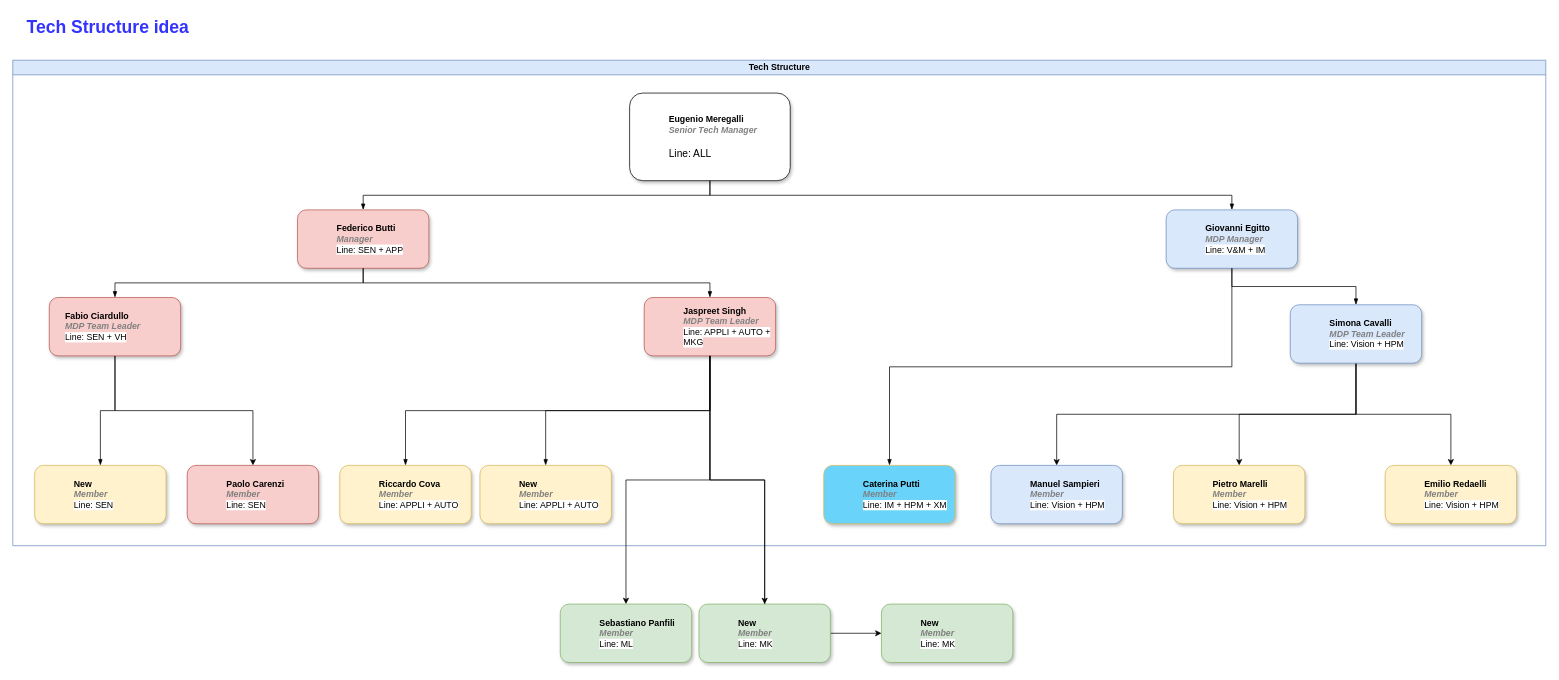
Before: page "FY-2022 -2H" (4 of 4) of Tech Team Structure.drawio in EugeMere/diagrams, a draw.io diagram. Source tidied: cells renumbered, new cells numbered last; positions are measured from the earlier drawing's top-left corner, leaving out a move shared by most shapes. Both pictures are drawn from the tidied source at 73%, with x=0, y=0 at pixel (12, 12).
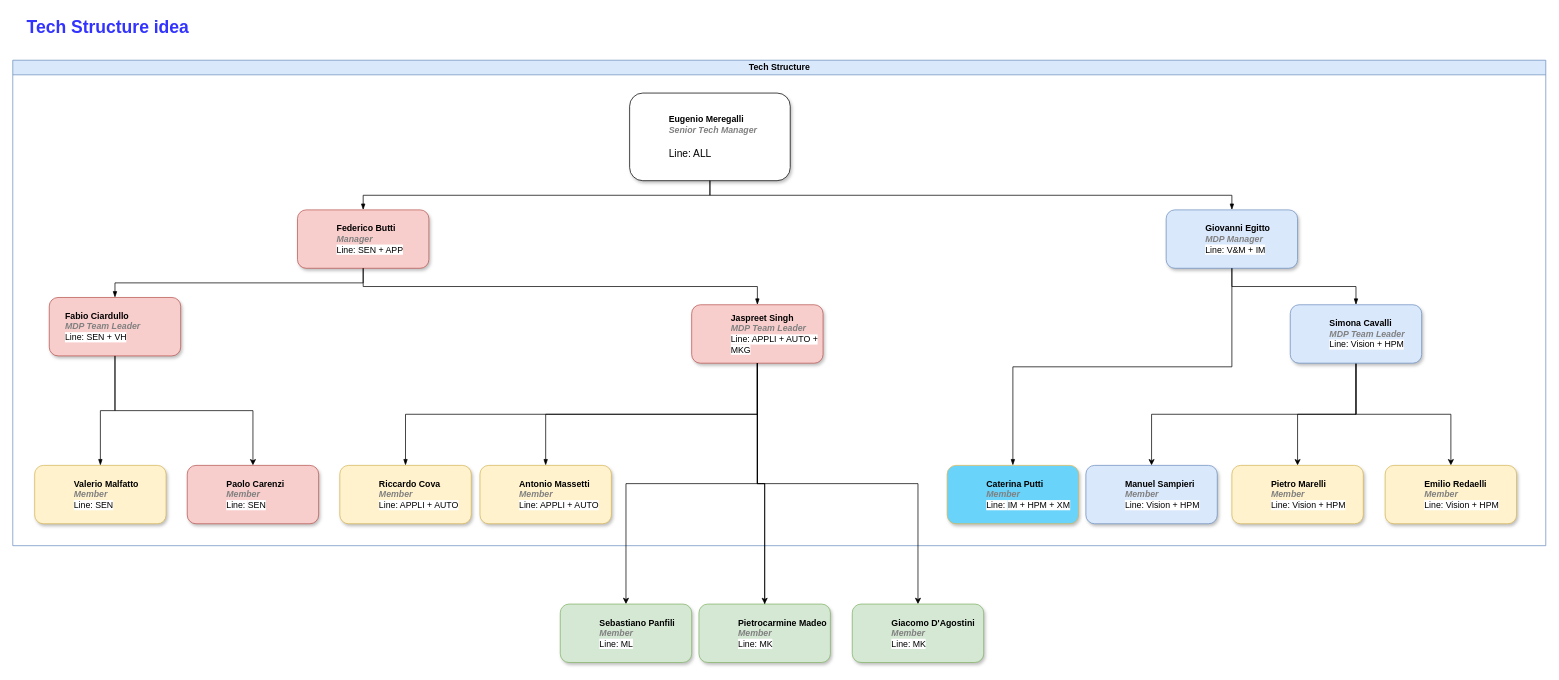
The same diagram, later.

The change refers to these unchanged cells:
```xml
<mxCell id="2" value="Tech Structure" style="swimlane;html=1;startSize=20;horizontal=1;containerType=tree;glass=0;fillColor=#dae8fc;strokeColor=#6c8ebf;" parent="1" vertex="1">
  <mxGeometry y="65" width="2100" height="665" as="geometry" />
</mxCell>
```

Diff of the diagram source:
```diff
@@
     <object id="13" label="%name%&lt;br&gt;&lt;i style=&quot;color: gray&quot;&gt;%position%&lt;br&gt;&lt;/i&gt;&lt;font style=&quot;font-size: 12px&quot;&gt;&lt;span style=&quot;font-weight: 400 ; background-color: rgb(255 , 255 , 255)&quot;&gt;Line: &lt;/span&gt;&lt;span style=&quot;font-weight: 400 ; background-color: rgb(255 , 255 , 255)&quot;&gt;&lt;font style=&quot;font-size: 12px&quot;&gt;%SupportLine%&lt;/font&gt;&lt;/span&gt;&lt;/font&gt;" SupportLine="APPLI + AUTO + MKG" name="Jaspreet Singh" placeholders="1" position="MDP Team Leader">
       <mxCell style="label;whiteSpace=wrap;html=1;rounded=1;glass=0;fillColor=#f8cecc;strokeColor=#b85450;shadow=1;" parent="2" vertex="1">
-        <mxGeometry x="865" y="325" width="180" height="80" as="geometry" />
+        <mxGeometry x="930" y="335" width="180" height="80" as="geometry" />
       </mxCell>
     </object>
@@
     <object id="17" label="%name%&lt;br&gt;&lt;i style=&quot;color: gray&quot;&gt;%position%&lt;br&gt;&lt;/i&gt;&lt;span style=&quot;font-weight: 400 ; background-color: rgb(255 , 255 , 255)&quot;&gt;Line:&amp;nbsp;&lt;/span&gt;&lt;span style=&quot;font-weight: 400 ; background-color: rgb(255 , 255 , 255)&quot;&gt;%SupportLine%&lt;/span&gt;" SupportLine="Vision + HPM" name="Pietro Marelli" placeholders="1" position="Member">
       <mxCell style="label;whiteSpace=wrap;html=1;rounded=1;glass=0;fillColor=#fff2cc;strokeColor=#d6b656;shadow=1;fontColor=#000000;" parent="2" vertex="1">
-        <mxGeometry x="1590" y="555" width="180" height="80" as="geometry" />
+        <mxGeometry x="1670" y="555" width="180" height="80" as="geometry" />
       </mxCell>
     </object>
@@
     <object id="19" label="%name%&lt;br&gt;&lt;i style=&quot;color: gray&quot;&gt;%position%&lt;br&gt;&lt;/i&gt;&lt;span style=&quot;font-weight: 400 ; background-color: rgb(255 , 255 , 255)&quot;&gt;Line:&amp;nbsp;&lt;/span&gt;&lt;span style=&quot;font-weight: 400 ; background-color: rgb(255 , 255 , 255)&quot;&gt;%SupportLine%&lt;/span&gt;" SupportLine="Vision + HPM" name="Manuel Sampieri" placeholders="1" position="Member">
       <mxCell style="label;whiteSpace=wrap;html=1;rounded=1;glass=0;fillColor=#dae8fc;strokeColor=#6c8ebf;shadow=1;" parent="2" vertex="1">
-        <mxGeometry x="1340" y="555" width="180" height="80" as="geometry" />
+        <mxGeometry x="1470" y="555" width="180" height="80" as="geometry" />
       </mxCell>
     </object>
@@
     <object id="21" label="%name%&lt;br&gt;&lt;i style=&quot;color: gray&quot;&gt;%position%&lt;br&gt;&lt;/i&gt;&lt;span style=&quot;font-weight: 400 ; background-color: rgb(255 , 255 , 255)&quot;&gt;Line:&amp;nbsp;&lt;/span&gt;&lt;span style=&quot;font-weight: 400 ; background-color: rgb(255 , 255 , 255)&quot;&gt;%SupportLine%&lt;/span&gt;" SupportLine="IM + HPM + XM" name="Caterina Putti" placeholders="1" position="Member">
       <mxCell style="label;whiteSpace=wrap;html=1;rounded=1;glass=0;fillColor=#69D3FA;strokeColor=#d6b656;shadow=1;fontColor=#000000;" parent="2" vertex="1">
-        <mxGeometry x="1111" y="555" width="180" height="80" as="geometry" />
+        <mxGeometry x="1280" y="555" width="180" height="80" as="geometry" />
       </mxCell>
     </object>
@@
-    <object id="25" label="%name%&lt;br&gt;&lt;i style=&quot;color: gray&quot;&gt;%position%&lt;br&gt;&lt;/i&gt;&lt;font style=&quot;font-size: 12px&quot;&gt;&lt;span style=&quot;font-weight: 400 ; background-color: rgb(255 , 255 , 255)&quot;&gt;Line: &lt;/span&gt;&lt;span style=&quot;font-weight: 400 ; background-color: rgb(255 , 255 , 255)&quot;&gt;&lt;font style=&quot;font-size: 12px&quot;&gt;%SupportLine%&lt;/font&gt;&lt;/span&gt;&lt;/font&gt;" SupportLine="APPLI + AUTO" name="New" placeholders="1" position="Member">
+    <object id="25" label="%name%&lt;br&gt;&lt;i style=&quot;color: gray&quot;&gt;%position%&lt;br&gt;&lt;/i&gt;&lt;font style=&quot;font-size: 12px&quot;&gt;&lt;span style=&quot;font-weight: 400 ; background-color: rgb(255 , 255 , 255)&quot;&gt;Line: &lt;/span&gt;&lt;span style=&quot;font-weight: 400 ; background-color: rgb(255 , 255 , 255)&quot;&gt;&lt;font style=&quot;font-size: 12px&quot;&gt;%SupportLine%&lt;/font&gt;&lt;/span&gt;&lt;/font&gt;" SupportLine="APPLI + AUTO" name="Antonio Massetti" placeholders="1" position="Member">
       <mxCell style="label;whiteSpace=wrap;html=1;rounded=1;glass=0;fillColor=#fff2cc;strokeColor=#d6b656;shadow=1;fontColor=#000000;" parent="2" vertex="1">
         <mxGeometry x="640" y="555" width="180" height="80" as="geometry" />
       </mxCell>
     </object>
-    <object id="26" label="%name%&lt;br&gt;&lt;i style=&quot;color: gray&quot;&gt;%position%&lt;br&gt;&lt;/i&gt;&lt;font style=&quot;font-size: 12px&quot;&gt;&lt;span style=&quot;font-weight: 400 ; background-color: rgb(255 , 255 , 255)&quot;&gt;Line: &lt;/span&gt;&lt;span style=&quot;font-weight: 400 ; background-color: rgb(255 , 255 , 255)&quot;&gt;&lt;font style=&quot;font-size: 12px&quot;&gt;%SupportLine%&lt;/font&gt;&lt;/span&gt;&lt;/font&gt;" SupportLine="SEN" name="New" placeholders="1" position="Member">
+    <object id="26" label="%name%&lt;br&gt;&lt;i style=&quot;color: gray&quot;&gt;%position%&lt;br&gt;&lt;/i&gt;&lt;font style=&quot;font-size: 12px&quot;&gt;&lt;span style=&quot;font-weight: 400 ; background-color: rgb(255 , 255 , 255)&quot;&gt;Line: &lt;/span&gt;&lt;span style=&quot;font-weight: 400 ; background-color: rgb(255 , 255 , 255)&quot;&gt;&lt;font style=&quot;font-size: 12px&quot;&gt;%SupportLine%&lt;/font&gt;&lt;/span&gt;&lt;/font&gt;" SupportLine="SEN" name="Valerio Malfatto" placeholders="1" position="Member">
       <mxCell style="label;whiteSpace=wrap;html=1;rounded=1;glass=0;fillColor=#fff2cc;strokeColor=#d6b656;shadow=1;fontColor=#000000;" parent="2" vertex="1">
         <mxGeometry x="30" y="555" width="180" height="80" as="geometry" />
       </mxCell>
     </object>
@@
-    <object id="34" label="%name%&lt;br&gt;&lt;i style=&quot;color: gray&quot;&gt;%position%&lt;br&gt;&lt;/i&gt;&lt;span style=&quot;font-weight: 400 ; background-color: rgb(255 , 255 , 255)&quot;&gt;Line:&amp;nbsp;&lt;/span&gt;&lt;span style=&quot;font-weight: 400 ; background-color: rgb(255 , 255 , 255)&quot;&gt;%SupportLine%&lt;/span&gt;" SupportLine="MK" name="New" placeholders="1" position="Member">
+    <object id="34" label="%name%&lt;br&gt;&lt;i style=&quot;color: gray&quot;&gt;%position%&lt;br&gt;&lt;/i&gt;&lt;span style=&quot;font-weight: 400 ; background-color: rgb(255 , 255 , 255)&quot;&gt;Line:&amp;nbsp;&lt;/span&gt;&lt;span style=&quot;font-weight: 400 ; background-color: rgb(255 , 255 , 255)&quot;&gt;%SupportLine%&lt;/span&gt;" SupportLine="MK" name="Giacomo D'Agostini" placeholders="1" position="Member">
       <mxCell style="label;whiteSpace=wrap;html=1;rounded=1;glass=0;fillColor=#d5e8d4;strokeColor=#82b366;shadow=1;" parent="1" vertex="1">
-        <mxGeometry x="1190" y="810" width="180" height="80" as="geometry" />
+        <mxGeometry x="1150" y="810" width="180" height="80" as="geometry" />
       </mxCell>
     </object>
-    <mxCell id="35" style="edgeStyle=orthogonalEdgeStyle;rounded=0;jettySize=auto;html=1;startArrow=none;" parent="1" edge="1" source="36" target="34">
+    <mxCell id="35" style="edgeStyle=orthogonalEdgeStyle;rounded=0;jettySize=auto;html=1;startArrow=none;exitX=0.5;exitY=1;exitDx=0;exitDy=0;" parent="1" edge="1" source="13" target="34">
       <mxGeometry relative="1" as="geometry" />
     </mxCell>
-    <object id="36" label="%name%&lt;br&gt;&lt;i style=&quot;color: gray&quot;&gt;%position%&lt;br&gt;&lt;/i&gt;&lt;span style=&quot;font-weight: 400 ; background-color: rgb(255 , 255 , 255)&quot;&gt;Line:&amp;nbsp;&lt;/span&gt;&lt;span style=&quot;font-weight: 400 ; background-color: rgb(255 , 255 , 255)&quot;&gt;%SupportLine%&lt;/span&gt;" SupportLine="MK" name="New" placeholders="1" position="Member">
+    <object id="36" label="%name%&lt;br&gt;&lt;i style=&quot;color: gray&quot;&gt;%position%&lt;br&gt;&lt;/i&gt;&lt;span style=&quot;font-weight: 400 ; background-color: rgb(255 , 255 , 255)&quot;&gt;Line:&amp;nbsp;&lt;/span&gt;&lt;span style=&quot;font-weight: 400 ; background-color: rgb(255 , 255 , 255)&quot;&gt;%SupportLine%&lt;/span&gt;" SupportLine="MK" name="Pietrocarmine Madeo" placeholders="1" position="Member">
       <mxCell style="label;whiteSpace=wrap;html=1;rounded=1;glass=0;fillColor=#d5e8d4;strokeColor=#82b366;shadow=1;" parent="1" vertex="1">
         <mxGeometry x="940" y="810" width="180" height="80" as="geometry" />
       </mxCell>
     </object>
```
